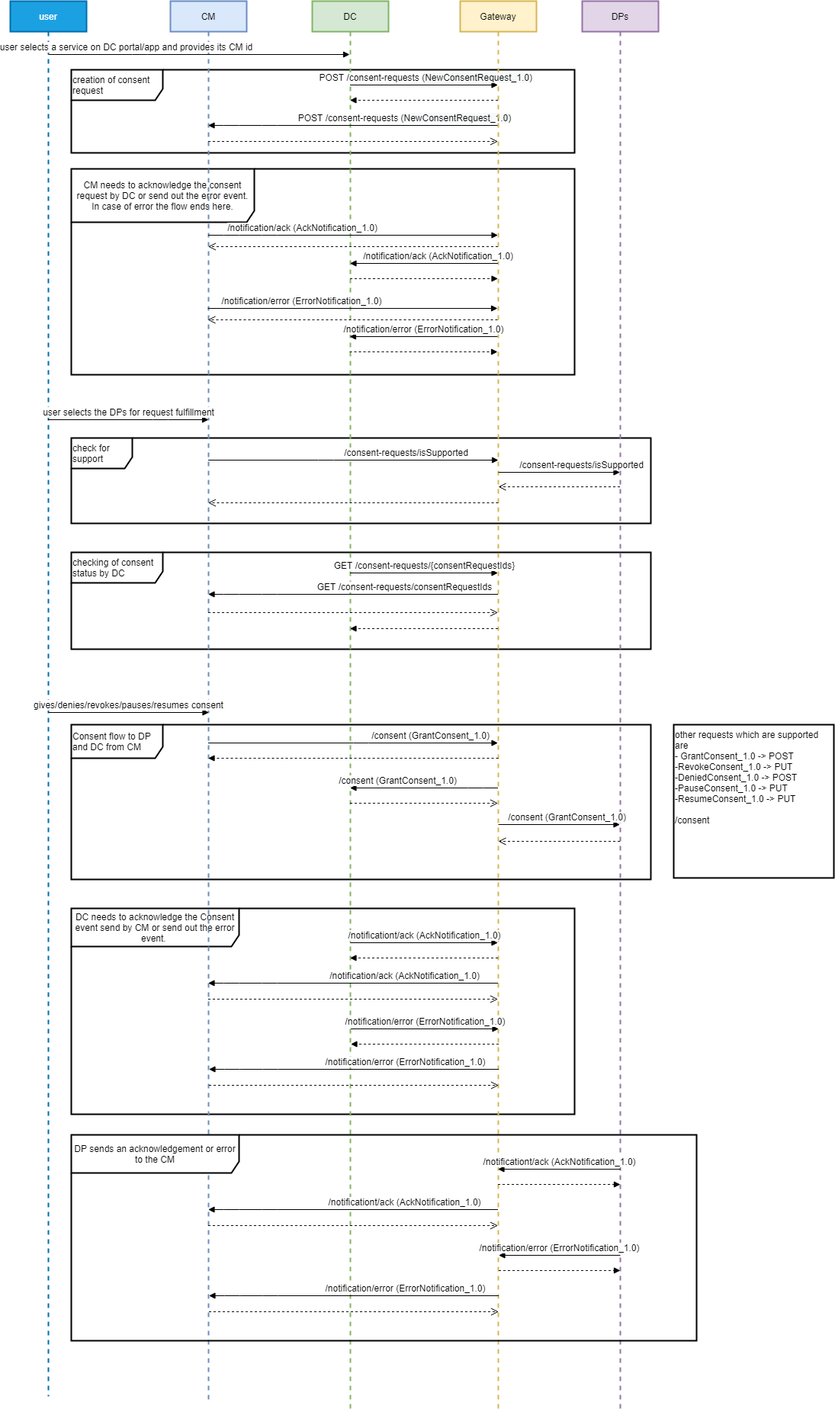
Before: seqDiagram/consentFlow.png, a diagram exported from draw.io (iSPIRT/DEPA). Source tidied: cells renumbered, new cells last; positions are measured from the earlier drawing's top-left corner, leaving out a move shared by most shapes.
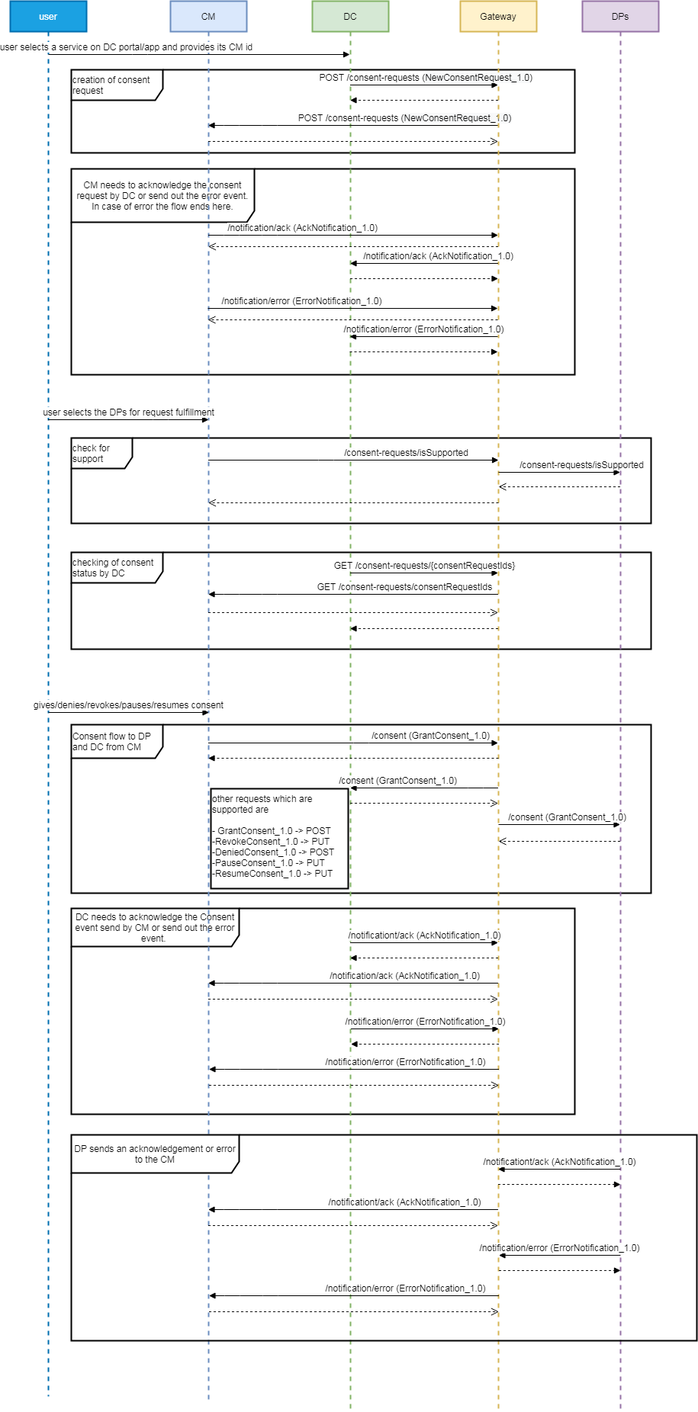
Above is the later version.

What changed in the source:
```diff
@@ -15,7 +15,7 @@
       <mxGeometry x="80" y="723" width="760" height="127" as="geometry" />
     </mxCell>
     <mxCell id="6" value="Consent flow to DP and DC from CM" style="shape=umlFrame;whiteSpace=wrap;html=1;strokeColor=#000000;strokeWidth=2;fontSize=12;align=left;width=120;height=44;" parent="1" vertex="1">
-      <mxGeometry x="80" y="949" width="760" height="203" as="geometry" />
+      <mxGeometry x="80" y="949" width="760" height="221" as="geometry" />
     </mxCell>
     <mxCell id="7" value="check for support" style="shape=umlFrame;whiteSpace=wrap;html=1;strokeColor=#000000;strokeWidth=2;fontSize=12;align=left;width=80;height=40;" parent="1" vertex="1">
       <mxGeometry x="80" y="573" width="760" height="112" as="geometry" />
@@ -321,8 +321,8 @@
         <mxPoint x="640.5" y="1422" as="targetPoint" />
       </mxGeometry>
     </mxCell>
-    <mxCell id="50" value="other requests which are supported are&lt;br&gt;- GrantConsent_1.0 -&amp;gt; POST&lt;br&gt;-RevokeConsent_1.0 -&amp;gt; PUT&lt;br&gt;-DeniedConsent_1.0 -&amp;gt; POST&lt;br&gt;-PauseConsent_1.0 -&amp;gt; PUT&lt;br&gt;-ResumeConsent_1.0 -&amp;gt; PUT&lt;br&gt;&lt;br&gt;/consent" style="text;html=1;fillColor=none;align=left;verticalAlign=top;whiteSpace=wrap;rounded=0;strokeWidth=2;strokeColor=#000000;" parent="1" vertex="1">
-      <mxGeometry x="870" y="949" width="210" height="201" as="geometry" />
+    <mxCell id="50" value="other requests which are supported are&lt;br&gt;&lt;br&gt;- GrantConsent_1.0 -&amp;gt; POST&lt;br&gt;-RevokeConsent_1.0 -&amp;gt; PUT&lt;br&gt;-DeniedConsent_1.0 -&amp;gt; POST&lt;br&gt;-PauseConsent_1.0 -&amp;gt; PUT&lt;br&gt;-ResumeConsent_1.0 -&amp;gt; PUT" style="text;html=1;fillColor=none;align=left;verticalAlign=top;whiteSpace=wrap;rounded=0;strokeWidth=2;strokeColor=#000000;" parent="1" vertex="1">
+      <mxGeometry x="263" y="1033" width="180" height="131" as="geometry" />
     </mxCell>
     <mxCell id="51" value="DP sends an acknowledgement or error to the CM" style="shape=umlFrame;whiteSpace=wrap;html=1;width=220;height=50;strokeWidth=2;" parent="1" vertex="1">
       <mxGeometry x="80" y="1487" width="820" height="270" as="geometry" />
```
